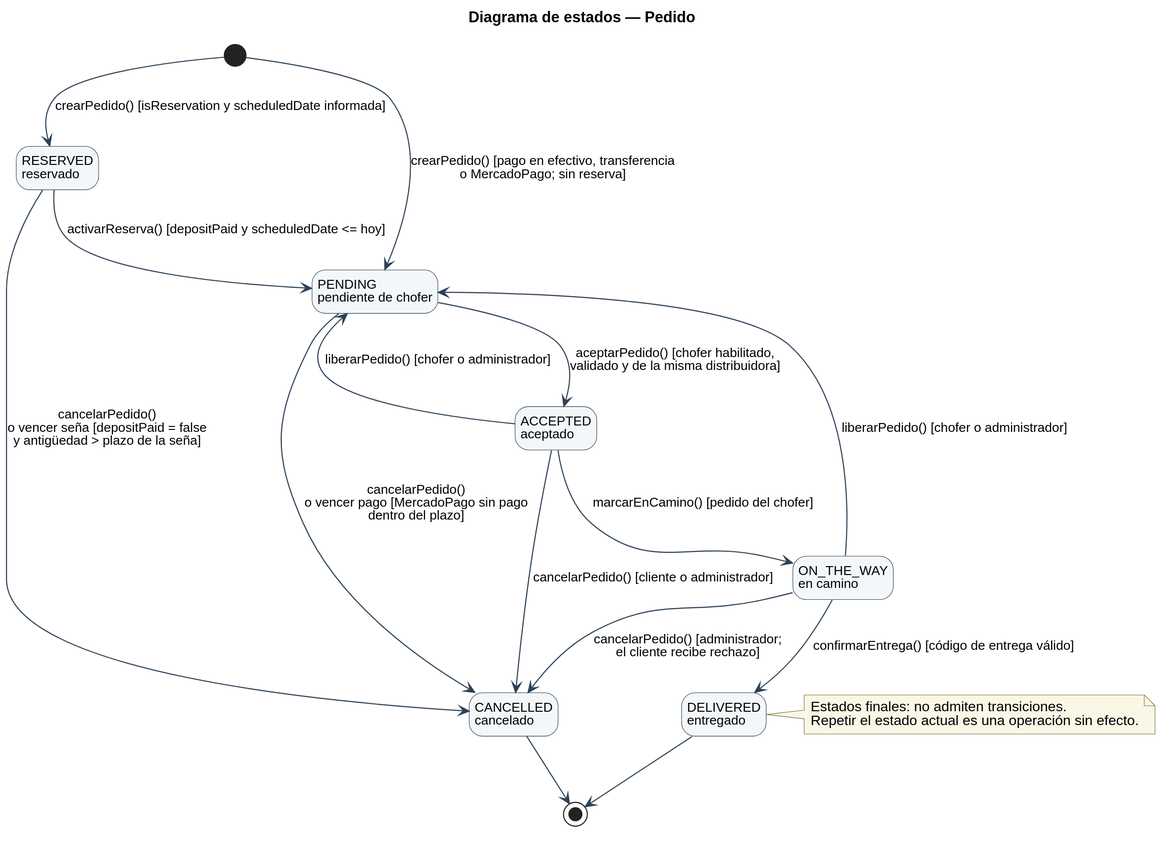
Above: diagramas/uml/UML_Estados_Pedido.svg in Nahuelito-Dev/splg-docs (PlantUML), before the change. Source of this version:
```plantuml
@startuml
title Diagrama de estados — Pedido
skinparam backgroundColor #FFFFFF
skinparam shadowing false
skinparam defaultFontName Helvetica
skinparam defaultFontSize 13
skinparam dpi 150
skinparam ArrowColor #2C4257
skinparam state {
  BorderColor #2C4257
  BackgroundColor #F4F7FA
  StartColor #2C4257
  EndColor #2C4257
  AttributeFontSize 12
}
skinparam ArrowFontSize 12
skinparam NoteBackgroundColor #FBF7E6
skinparam NoteBorderColor #7A7340
hide empty description
state "RESERVED\nreservado" as RESERVED
state "PENDING\npendiente de chofer" as PENDING
state "ACCEPTED\naceptado" as ACCEPTED
state "ON_THE_WAY\nen camino" as ON_THE_WAY
state "DELIVERED\nentregado" as DELIVERED
state "CANCELLED\ncancelado" as CANCELLED

[*] --> PENDING : crearPedido() [pago en efectivo, transferencia\no MercadoPago; sin reserva]
[*] --> RESERVED : crearPedido() [isReservation y scheduledDate informada]
RESERVED --> PENDING : activarReserva() [depositPaid y scheduledDate <= hoy]
RESERVED --> CANCELLED : cancelarPedido()\no vencer seña [depositPaid = false\ny antigüedad > plazo de la seña]
PENDING --> ACCEPTED : aceptarPedido() [chofer habilitado,\nvalidado y de la misma distribuidora]
PENDING --> CANCELLED : cancelarPedido()\no vencer pago [MercadoPago sin pago\ndentro del plazo]
ACCEPTED --> ON_THE_WAY : marcarEnCamino() [pedido del chofer]
ACCEPTED --> PENDING : liberarPedido() [chofer o administrador]
ACCEPTED --> CANCELLED : cancelarPedido() [cliente o administrador]
ON_THE_WAY --> DELIVERED : confirmarEntrega() [código de entrega válido]
ON_THE_WAY --> PENDING : liberarPedido() [chofer o administrador]
ON_THE_WAY --> CANCELLED : cancelarPedido() [administrador;\nel cliente recibe rechazo]
DELIVERED --> [*]
CANCELLED --> [*]

note right of DELIVERED
  Estados finales: no admiten transiciones.
  Repetir el estado actual es una operación sin efecto.
end note
@enduml
```
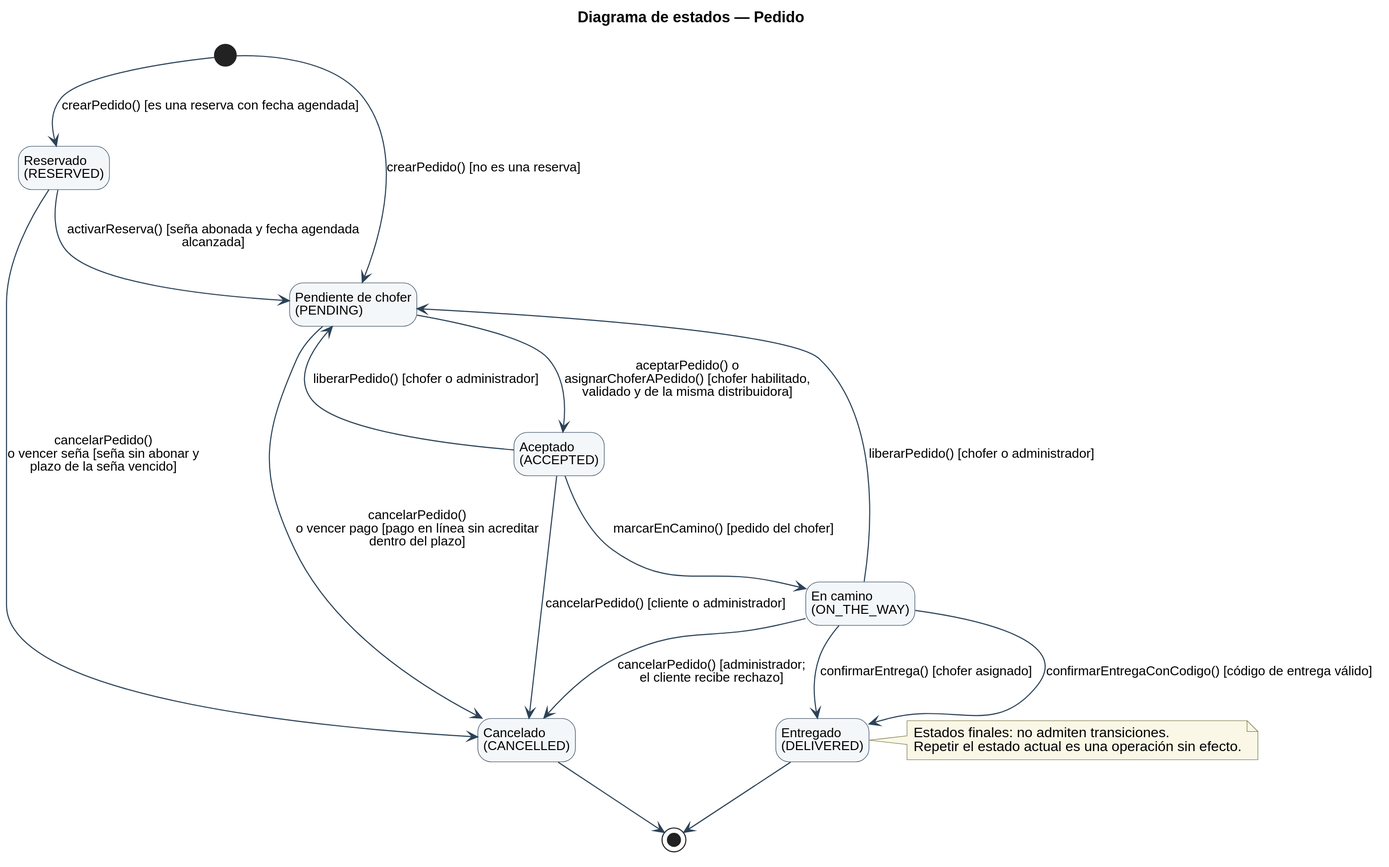
After the change.

Diff of the diagram source:
```diff
@@ -17,23 +17,24 @@
 skinparam NoteBackgroundColor #FBF7E6
 skinparam NoteBorderColor #7A7340
 hide empty description
-state "RESERVED\nreservado" as RESERVED
-state "PENDING\npendiente de chofer" as PENDING
-state "ACCEPTED\naceptado" as ACCEPTED
-state "ON_THE_WAY\nen camino" as ON_THE_WAY
-state "DELIVERED\nentregado" as DELIVERED
-state "CANCELLED\ncancelado" as CANCELLED
+state "Reservado\n(RESERVED)" as RESERVED
+state "Pendiente de chofer\n(PENDING)" as PENDING
+state "Aceptado\n(ACCEPTED)" as ACCEPTED
+state "En camino\n(ON_THE_WAY)" as ON_THE_WAY
+state "Entregado\n(DELIVERED)" as DELIVERED
+state "Cancelado\n(CANCELLED)" as CANCELLED
 
-[*] --> PENDING : crearPedido() [pago en efectivo, transferencia\no MercadoPago; sin reserva]
-[*] --> RESERVED : crearPedido() [isReservation y scheduledDate informada]
-RESERVED --> PENDING : activarReserva() [depositPaid y scheduledDate <= hoy]
-RESERVED --> CANCELLED : cancelarPedido()\no vencer seña [depositPaid = false\ny antigüedad > plazo de la seña]
-PENDING --> ACCEPTED : aceptarPedido() [chofer habilitado,\nvalidado y de la misma distribuidora]
-PENDING --> CANCELLED : cancelarPedido()\no vencer pago [MercadoPago sin pago\ndentro del plazo]
+[*] --> PENDING : crearPedido() [no es una reserva]
+[*] --> RESERVED : crearPedido() [es una reserva con fecha agendada]
+RESERVED --> PENDING : activarReserva() [seña abonada y fecha agendada\nalcanzada]
+RESERVED --> CANCELLED : cancelarPedido()\no vencer seña [seña sin abonar y\nplazo de la seña vencido]
+PENDING --> ACCEPTED : aceptarPedido() o\nasignarChoferAPedido() [chofer habilitado,\nvalidado y de la misma distribuidora]
+PENDING --> CANCELLED : cancelarPedido()\no vencer pago [pago en línea sin acreditar\ndentro del plazo]
 ACCEPTED --> ON_THE_WAY : marcarEnCamino() [pedido del chofer]
 ACCEPTED --> PENDING : liberarPedido() [chofer o administrador]
 ACCEPTED --> CANCELLED : cancelarPedido() [cliente o administrador]
-ON_THE_WAY --> DELIVERED : confirmarEntrega() [código de entrega válido]
+ON_THE_WAY --> DELIVERED : confirmarEntrega() [chofer asignado]
+ON_THE_WAY --> DELIVERED : confirmarEntregaConCodigo() [código de entrega válido]
 ON_THE_WAY --> PENDING : liberarPedido() [chofer o administrador]
 ON_THE_WAY --> CANCELLED : cancelarPedido() [administrador;\nel cliente recibe rechazo]
 DELIVERED --> [*]
```
